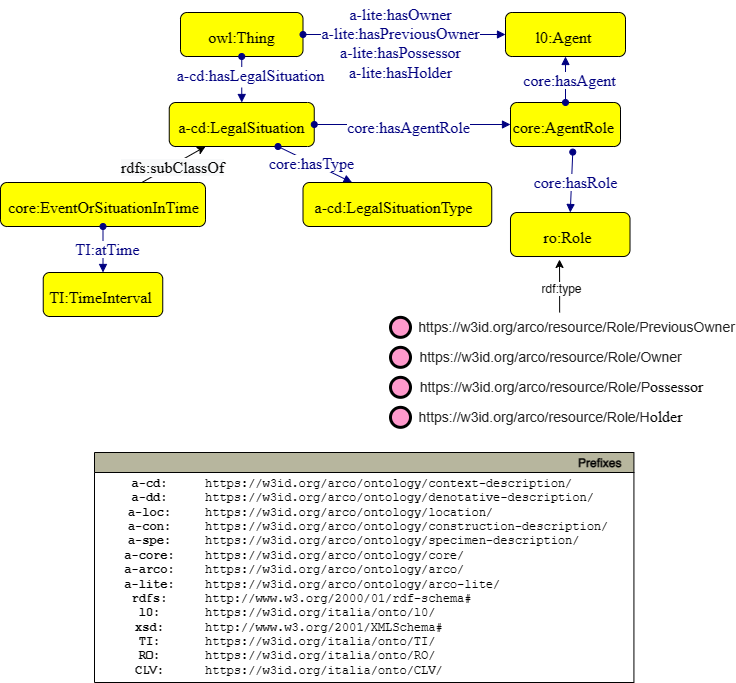
Earlier version of the draw.io export ArCo-release/test/2.0/LegalSituation/LegalSituation-Pattern.drawio.png (ICCD-MiBACT/ArCo). Source tidied: cells renumbered, new cells last; positions are measured from the earlier drawing's top-left corner, leaving out a move shared by most shapes. Its diagram source:
```xml
<mxGraphModel>
  <root>
    <mxCell id="0" />
    <mxCell id="1" parent="0" />
    <mxCell id="2" style="graphMlID=n4;shape=rect;rounded=1;arcsize=30;fillColor=#ffff00;strokeColor=#000000;strokeWidth=1.0;" parent="1" vertex="1">
      <mxGeometry x="180" width="122.5" height="44" as="geometry" />
    </mxCell>
    <mxCell id="3" value="owl:Thing" style="text;html=1;spacing=0;align=center;fontFamily=dialog;fontSize=16;fontStyle=0;fontColor=#000000;" parent="2" vertex="1">
      <mxGeometry x="27.7" y="10.6" width="67" height="22.8" as="geometry" />
    </mxCell>
    <mxCell id="4" value="v" style="graphMlID=e0;rounded=0;endArrow=block;strokeColor=#000080;strokeWidth=1.0;startArrow=oval;startFill=1;endFill=1;exitX=0.5;exitY=1;exitDx=0;exitDy=0;entryX=0.5;entryY=0;entryDx=0;entryDy=0;" parent="1" edge="1" source="2" target="6">
      <mxGeometry relative="1" as="geometry" />
    </mxCell>
    <mxCell id="5" value="&lt;span style=&quot;background-color: rgb(255 , 255 , 255)&quot;&gt;a-cd:hasLegalSituation&lt;/span&gt;" style="text;html=1;spacing=0;align=center;fontFamily=dialog;fontSize=16;fontStyle=0;fontColor=#000080;" parent="4" vertex="1">
      <mxGeometry width="116.95" height="22.84" relative="1" as="geometry">
        <mxPoint x="-49.2" y="-17" as="offset" />
      </mxGeometry>
    </mxCell>
    <mxCell id="6" style="graphMlID=n4;shape=rect;rounded=1;arcsize=30;fillColor=#ffff00;strokeColor=#000000;strokeWidth=1.0;" parent="1" vertex="1">
      <mxGeometry x="168.8" y="90" width="145" height="44" as="geometry" />
    </mxCell>
    <mxCell id="7" value="a-cd:LegalSituation" style="text;html=1;spacing=0;align=center;fontFamily=dialog;fontSize=16;fontStyle=0;fontColor=#000000;" parent="6" vertex="1">
      <mxGeometry x="32.8" y="10.6" width="79.3" height="22.8" as="geometry" />
    </mxCell>
    <mxCell id="8" value="v" style="graphMlID=e0;rounded=0;endArrow=block;strokeColor=#000080;strokeWidth=1.0;startArrow=oval;startFill=1;endFill=1;exitX=1;exitY=0.5;exitDx=0;exitDy=0;" parent="1" edge="1" source="6" target="10">
      <mxGeometry relative="1" as="geometry" />
    </mxCell>
    <mxCell id="9" value="&lt;span style=&quot;background-color: rgb(255 , 255 , 255)&quot;&gt;core:hasAgentRole&lt;/span&gt;" style="text;html=1;spacing=0;align=center;fontFamily=dialog;fontSize=16;fontStyle=0;fontColor=#000080;" parent="8" vertex="1">
      <mxGeometry width="80" height="22.84" relative="1" as="geometry">
        <mxPoint x="-44" y="-11.4" as="offset" />
      </mxGeometry>
    </mxCell>
    <mxCell id="10" style="graphMlID=n4;shape=rect;rounded=1;arcsize=30;fillColor=#ffff00;strokeColor=#000000;strokeWidth=1.0;" parent="1" vertex="1">
      <mxGeometry x="510" y="90" width="110" height="44" as="geometry" />
    </mxCell>
    <mxCell id="11" value="core:AgentRole" style="text;html=1;spacing=0;align=center;fontFamily=dialog;fontSize=16;fontStyle=0;fontColor=#000000;" parent="10" vertex="1">
      <mxGeometry x="22.7" y="10.6" width="60.2" height="22.8" as="geometry" />
    </mxCell>
    <mxCell id="12" style="graphMlID=n4;shape=rect;rounded=1;arcsize=30;fillColor=#ffff00;strokeColor=#000000;strokeWidth=1.0;" parent="1" vertex="1">
      <mxGeometry x="505" width="120" height="44" as="geometry" />
    </mxCell>
    <mxCell id="13" value="l0:Agent" style="text;html=1;spacing=0;align=center;fontFamily=dialog;fontSize=16;fontStyle=0;fontColor=#000000;" parent="12" vertex="1">
      <mxGeometry x="24.7" y="10.6" width="65.7" height="22.8" as="geometry" />
    </mxCell>
    <mxCell id="14" style="graphMlID=e0;rounded=0;endArrow=block;strokeColor=#000080;strokeWidth=1.0;startArrow=oval;startFill=1;endFill=1;exitX=0.5;exitY=0;exitDx=0;exitDy=0;entryX=0.5;entryY=1;entryDx=0;entryDy=0;" parent="1" edge="1" source="10" target="12">
      <mxGeometry relative="1" as="geometry" />
    </mxCell>
    <mxCell id="15" value="&lt;span style=&quot;background-color: rgb(255 , 255 , 255)&quot;&gt;core:hasAgent&lt;/span&gt;" style="text;html=1;spacing=0;align=center;fontFamily=dialog;fontSize=16;fontStyle=0;fontColor=#000080;" parent="14" vertex="1">
      <mxGeometry width="116.95" height="22.84" relative="1" as="geometry">
        <mxPoint x="-54.2" y="-13.4" as="offset" />
      </mxGeometry>
    </mxCell>
    <mxCell id="16" style="graphMlID=n4;shape=rect;rounded=1;arcsize=30;fillColor=#ffff00;strokeColor=#000000;strokeWidth=1.0;" parent="1" vertex="1">
      <mxGeometry x="510" y="200" width="119.5" height="44" as="geometry" />
    </mxCell>
    <mxCell id="17" value="ro:Role" style="text;html=1;spacing=0;align=center;fontFamily=dialog;fontSize=16;fontStyle=0;fontColor=#000000;" parent="16" vertex="1">
      <mxGeometry x="24.6" y="10.6" width="65.4" height="22.8" as="geometry" />
    </mxCell>
    <mxCell id="18" style="graphMlID=e0;rounded=0;endArrow=block;strokeColor=#000080;strokeWidth=1.0;startArrow=oval;startFill=1;endFill=1;entryX=0.5;entryY=0;entryDx=0;entryDy=0;exitX=0.566;exitY=1.127;exitDx=0;exitDy=0;exitPerimeter=0;" parent="1" edge="1" source="10" target="16">
      <mxGeometry relative="1" as="geometry" />
    </mxCell>
    <mxCell id="19" value="&lt;span style=&quot;background-color: rgb(255 , 255 , 255)&quot;&gt;core:hasRole&lt;/span&gt;" style="text;html=1;spacing=0;align=center;fontFamily=dialog;fontSize=16;fontStyle=0;fontColor=#000080;" parent="18" vertex="1">
      <mxGeometry width="116.95" height="20" relative="1" as="geometry">
        <mxPoint x="-54.2" y="-13.4" as="offset" />
      </mxGeometry>
    </mxCell>
    <mxCell id="20" value="v" style="graphMlID=e0;rounded=0;endArrow=block;strokeColor=#000080;strokeWidth=1.0;startArrow=oval;startFill=1;endFill=1;exitX=1;exitY=0.5;exitDx=0;exitDy=0;entryX=0;entryY=0.5;entryDx=0;entryDy=0;" parent="1" edge="1" source="2" target="12">
      <mxGeometry relative="1" as="geometry" />
    </mxCell>
    <mxCell id="21" value="&lt;span style=&quot;background-color: rgb(255, 255, 255);&quot;&gt;a-lite:hasOwner&lt;br&gt;a-lite:hasPreviousOwner&lt;br&gt;a-lite:hasPossessor&lt;br&gt;a-lite:hasHolder&lt;/span&gt;" style="text;html=1;spacing=0;align=center;fontFamily=dialog;fontSize=16;fontStyle=0;fontColor=#000080;" parent="20" vertex="1">
      <mxGeometry width="80" height="22.84" relative="1" as="geometry">
        <mxPoint x="-44" y="-34" as="offset" />
      </mxGeometry>
    </mxCell>
    <mxCell id="22" value="v" style="graphMlID=e0;rounded=0;endArrow=block;strokeColor=#000080;strokeWidth=1.0;startArrow=oval;startFill=1;endFill=1;exitX=0.75;exitY=1;exitDx=0;exitDy=0;" parent="1" edge="1" source="6" target="24">
      <mxGeometry relative="1" as="geometry" />
    </mxCell>
    <mxCell id="23" value="&lt;span style=&quot;background-color: rgb(255 , 255 , 255)&quot;&gt;core:hasType&lt;/span&gt;" style="text;html=1;spacing=0;align=center;fontFamily=dialog;fontSize=16;fontStyle=0;fontColor=#000080;" parent="22" vertex="1">
      <mxGeometry width="80" height="22.84" relative="1" as="geometry">
        <mxPoint x="-44" y="-15" as="offset" />
      </mxGeometry>
    </mxCell>
    <mxCell id="24" style="graphMlID=n4;shape=rect;rounded=1;arcsize=30;fillColor=#ffff00;strokeColor=#000000;strokeWidth=1.0;" parent="1" vertex="1">
      <mxGeometry x="302.5" y="170" width="188.8" height="44" as="geometry" />
    </mxCell>
    <mxCell id="25" value="a-cd:LegalSituationType" style="text;html=1;spacing=0;align=center;fontFamily=dialog;fontSize=16;fontStyle=0;fontColor=#000000;" parent="24" vertex="1">
      <mxGeometry x="38.9" y="10.6" width="103.3" height="22.8" as="geometry" />
    </mxCell>
    <mxCell id="26" style="rounded=0;jettySize=auto;html=1;entryX=0.25;entryY=1;entryDx=0;entryDy=0;" parent="1" edge="1" source="28" target="6">
      <mxGeometry relative="1" as="geometry" />
    </mxCell>
    <mxCell id="27" value="&lt;span style=&quot;font-family: &amp;#34;dialog&amp;#34; ; font-size: 16px ; background-color: rgb(248 , 249 , 250)&quot;&gt;rdfs:subClassOf&lt;/span&gt;" style="edgeLabel;html=1;align=center;verticalAlign=middle;" parent="26" vertex="1">
      <mxGeometry x="-0.21" y="-1" relative="1" as="geometry">
        <mxPoint x="4" y="-2" as="offset" />
      </mxGeometry>
    </mxCell>
    <mxCell id="28" style="graphMlID=n4;shape=rect;rounded=1;arcsize=30;fillColor=#ffff00;strokeColor=#000000;strokeWidth=1.0;" parent="1" vertex="1">
      <mxGeometry y="170" width="205" height="44" as="geometry" />
    </mxCell>
    <mxCell id="29" value="core:EventOrSituationInTime" style="text;html=1;spacing=0;align=center;fontFamily=dialog;fontSize=16;fontStyle=0;fontColor=#000000;" parent="28" vertex="1">
      <mxGeometry x="46.4" y="10.6" width="112.2" height="22.8" as="geometry" />
    </mxCell>
    <mxCell id="30" style="graphMlID=n4;shape=rect;rounded=1;arcsize=30;fillColor=#ffff00;strokeColor=#000000;strokeWidth=1.0;" parent="1" vertex="1">
      <mxGeometry x="42.7" y="260" width="119.5" height="44" as="geometry" />
    </mxCell>
    <mxCell id="31" value="TI:TimeInterval" style="text;html=1;spacing=0;align=center;fontFamily=dialog;fontSize=16;fontStyle=0;fontColor=#000000;" parent="30" vertex="1">
      <mxGeometry x="24.6" y="10.6" width="65.4" height="22.8" as="geometry" />
    </mxCell>
    <mxCell id="32" style="graphMlID=e0;rounded=0;endArrow=block;strokeColor=#000080;strokeWidth=1.0;startArrow=oval;startFill=1;endFill=1;entryX=0.5;entryY=0;entryDx=0;entryDy=0;exitX=0.5;exitY=1;exitDx=0;exitDy=0;" parent="1" edge="1" source="28" target="30">
      <mxGeometry relative="1" as="geometry" />
    </mxCell>
    <mxCell id="33" value="&lt;span style=&quot;background-color: rgb(255 , 255 , 255)&quot;&gt;TI:atTime&lt;/span&gt;" style="text;html=1;spacing=0;align=center;fontFamily=dialog;fontSize=16;fontStyle=0;fontColor=#000080;" parent="32" vertex="1">
      <mxGeometry width="116.95" height="20" relative="1" as="geometry">
        <mxPoint x="-54.2" y="-13.4" as="offset" />
      </mxGeometry>
    </mxCell>
    <mxCell id="34" style="graphMlID=n9;shape=ellipse;fillColor=#ff99cc;strokeColor=#000000;strokeWidth=3.0;" parent="1" vertex="1">
      <mxGeometry x="390" y="304.8" width="20" height="20" as="geometry" />
    </mxCell>
    <mxCell id="35" style="edgeStyle=orthogonalEdgeStyle;rounded=0;jettySize=auto;html=1;exitX=0.25;exitY=0;exitDx=0;exitDy=0;entryX=0.41;entryY=1.068;entryDx=0;entryDy=0;entryPerimeter=0;" parent="1" edge="1" source="36" target="16">
      <mxGeometry relative="1" as="geometry" />
    </mxCell>
    <mxCell id="36" value="&lt;a title=&quot;&lt;https://w3id.org/arco/resource/Role/PreviousOwner&gt;&quot; class=&quot; isLocal&quot; href=&quot;https://dati.beniculturali.it/lodview-arco/resource/Role/PreviousOwner&quot; style=&quot;margin: 0px ; padding: 0px ; font-size: 14px ; vertical-align: baseline ; background: rgb(255 , 255 , 255) ; color: rgb(33 , 33 , 33) ; font-family: &amp;quot;roboto&amp;quot; , sans-serif&quot;&gt;https://w3id.org/arco/resource/Role/PreviousOwner&lt;/a&gt;" style="text;html=1;spacing=0;align=center;fontFamily=dialog;fontSize=16;fontStyle=0;fontColor=#000000;" parent="1" vertex="1">
      <mxGeometry x="542" y="300" width="68.6" height="22.8" as="geometry" />
    </mxCell>
    <mxCell id="37" style="graphMlID=n9;shape=ellipse;fillColor=#ff99cc;strokeColor=#000000;strokeWidth=3.0;" parent="1" vertex="1">
      <mxGeometry x="390" y="334.8" width="20" height="20" as="geometry" />
    </mxCell>
    <mxCell id="38" value="&lt;a title=&quot;&amp;lt;https://w3id.org/arco/resource/Role/PreviousOwner&amp;gt;&quot; class=&quot; isLocal&quot; href=&quot;https://dati.beniculturali.it/lodview-arco/resource/Role/PreviousOwner&quot; style=&quot;margin: 0px ; padding: 0px ; font-size: 14px ; vertical-align: baseline ; background: rgb(255 , 255 , 255) ; color: rgb(33 , 33 , 33) ; font-family: &amp;#34;roboto&amp;#34; , sans-serif&quot;&gt;https://w3id.org/arco/resource/Role/Owner&lt;/a&gt;" style="text;html=1;spacing=0;align=center;fontFamily=dialog;fontSize=16;fontStyle=0;fontColor=#000000;" parent="1" vertex="1">
      <mxGeometry x="516" y="330" width="68.6" height="22.8" as="geometry" />
    </mxCell>
    <mxCell id="39" style="graphMlID=n9;shape=ellipse;fillColor=#ff99cc;strokeColor=#000000;strokeWidth=3.0;" parent="1" vertex="1">
      <mxGeometry x="390" y="364.8" width="20" height="20" as="geometry" />
    </mxCell>
    <mxCell id="40" value="&lt;a title=&quot;&amp;lt;https://w3id.org/arco/resource/Role/PreviousOwner&amp;gt;&quot; class=&quot; isLocal&quot; href=&quot;https://dati.beniculturali.it/lodview-arco/resource/Role/PreviousOwner&quot; style=&quot;margin: 0px ; padding: 0px ; font-size: 14px ; vertical-align: baseline ; background: rgb(255 , 255 , 255) ; color: rgb(33 , 33 , 33) ; font-family: &amp;#34;roboto&amp;#34; , sans-serif&quot;&gt;https://w3id.org/arco/resource/Role/P&lt;/a&gt;ossessor" style="text;html=1;spacing=0;align=center;fontFamily=dialog;fontSize=16;fontStyle=0;fontColor=#000000;" parent="1" vertex="1">
      <mxGeometry x="527" y="360" width="68.6" height="22.8" as="geometry" />
    </mxCell>
    <mxCell id="41" style="graphMlID=n9;shape=ellipse;fillColor=#ff99cc;strokeColor=#000000;strokeWidth=3.0;" parent="1" vertex="1">
      <mxGeometry x="390" y="394.8" width="20" height="20" as="geometry" />
    </mxCell>
    <mxCell id="42" value="&lt;a title=&quot;&amp;lt;https://w3id.org/arco/resource/Role/PreviousOwner&amp;gt;&quot; class=&quot; isLocal&quot; href=&quot;https://dati.beniculturali.it/lodview-arco/resource/Role/PreviousOwner&quot; style=&quot;margin: 0px ; padding: 0px ; font-size: 14px ; vertical-align: baseline ; background: rgb(255 , 255 , 255) ; color: rgb(33 , 33 , 33) ; font-family: &amp;#34;roboto&amp;#34; , sans-serif&quot;&gt;https://w3id.org/arco/resource/Role/H&lt;/a&gt;older" style="text;html=1;spacing=0;align=center;fontFamily=dialog;fontSize=16;fontStyle=0;fontColor=#000000;" parent="1" vertex="1">
      <mxGeometry x="516" y="390" width="68.6" height="22.8" as="geometry" />
    </mxCell>
    <mxCell id="43" value="&lt;span style=&quot;background-color: rgb(255, 255, 255);&quot;&gt;rdf:type&lt;/span&gt;" style="text;html=1;align=center;verticalAlign=middle;strokeColor=none;fillColor=none;" parent="1" vertex="1">
      <mxGeometry x="531.3" y="261.8" width="60" height="30" as="geometry" />
    </mxCell>
    <mxCell id="44" value="Prefixes" style="graphMlID=n0;shape=swimlane;startSize=20;fillColor=#b7b69e;strokeColor=#000000;strokeWidth=1.0;align=right;spacingRight=10;fontStyle=1;" parent="1" vertex="1">
      <mxGeometry x="94" y="440" width="539.4" height="230" as="geometry" />
    </mxCell>
    <mxCell id="45" value="&lt;b&gt;a-cd:&lt;br&gt;a-dd:&lt;br&gt;a-loc:&lt;br&gt;a-con:&lt;br&gt;a-spe:&lt;br&gt;&lt;/b&gt;&lt;b&gt;a-core:&lt;br&gt;a-arco:&lt;br&gt;&lt;/b&gt;&lt;b&gt;a-lite:&lt;br&gt;rdfs:&lt;br&gt;l0:&lt;br&gt;xsd:&lt;br&gt;TI:&lt;br&gt;RO:&lt;br&gt;CLV:&lt;br&gt;&lt;/b&gt;" style="text;html=1;align=center;verticalAlign=middle;fontFamily=Courier New;" parent="44" vertex="1">
      <mxGeometry x="20" y="20" width="70" height="210" as="geometry" />
    </mxCell>
    <mxCell id="46" value="https://w3id.org/arco/ontology/context-description/&lt;br&gt;https://w3id.org/arco/ontology/denotative-description/&lt;br&gt;https://w3id.org/arco/ontology/location/&lt;br&gt;https://w3id.org/arco/ontology/construction-description/&lt;br&gt;https://w3id.org/arco/ontology/specimen-description/&lt;br&gt;https://w3id.org/arco/ontology/core/&lt;br&gt;https://w3id.org/arco/ontology/arco/&lt;br&gt;https://w3id.org/arco/ontology/arco-lite/&lt;br&gt;http://www.w3.org/2000/01/rdf-schema#&lt;br&gt;https://w3id.org/italia/onto/l0/&lt;br&gt;http://www.w3.org/2001/XMLSchema#&lt;br&gt;https://w3id.org/italia/onto/TI/&lt;br&gt;https://w3id.org/italia/onto/RO/&lt;br&gt;https://w3id.org/italia/onto/CLV/" style="text;html=1;align=left;verticalAlign=middle;fontFamily=Courier New;" parent="44" vertex="1">
      <mxGeometry x="109.4" y="20" width="430" height="210" as="geometry" />
    </mxCell>
  </root>
</mxGraphModel>
```
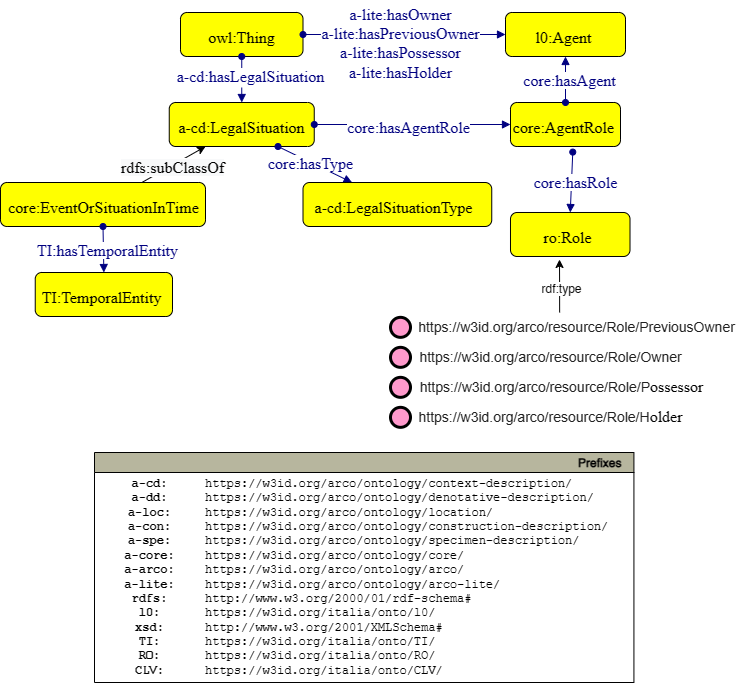
The same file after the commit.

Diff of the diagram source:
```diff
@@ -101,15 +101,15 @@
       <mxGeometry x="46.4" y="10.6" width="112.2" height="22.8" as="geometry" />
     </mxCell>
     <mxCell id="30" style="graphMlID=n4;shape=rect;rounded=1;arcsize=30;fillColor=#ffff00;strokeColor=#000000;strokeWidth=1.0;" parent="1" vertex="1">
-      <mxGeometry x="42.7" y="260" width="119.5" height="44" as="geometry" />
+      <mxGeometry x="34.7" y="260" width="137.3" height="44" as="geometry" />
     </mxCell>
-    <mxCell id="31" value="TI:TimeInterval" style="text;html=1;spacing=0;align=center;fontFamily=dialog;fontSize=16;fontStyle=0;fontColor=#000000;" parent="30" vertex="1">
-      <mxGeometry x="24.6" y="10.6" width="65.4" height="22.8" as="geometry" />
+    <mxCell id="31" value="TI:TemporalEntity" style="text;html=1;spacing=0;align=center;fontFamily=dialog;fontSize=16;fontStyle=0;fontColor=#000000;" parent="30" vertex="1">
+      <mxGeometry x="28.3" y="10.6" width="75.1" height="22.8" as="geometry" />
     </mxCell>
     <mxCell id="32" style="graphMlID=e0;rounded=0;endArrow=block;strokeColor=#000080;strokeWidth=1.0;startArrow=oval;startFill=1;endFill=1;entryX=0.5;entryY=0;entryDx=0;entryDy=0;exitX=0.5;exitY=1;exitDx=0;exitDy=0;" parent="1" edge="1" source="28" target="30">
       <mxGeometry relative="1" as="geometry" />
     </mxCell>
-    <mxCell id="33" value="&lt;span style=&quot;background-color: rgb(255 , 255 , 255)&quot;&gt;TI:atTime&lt;/span&gt;" style="text;html=1;spacing=0;align=center;fontFamily=dialog;fontSize=16;fontStyle=0;fontColor=#000080;" parent="32" vertex="1">
+    <mxCell id="33" value="&lt;span style=&quot;background-color: rgb(255 , 255 , 255)&quot;&gt;TI:hasTemporalEntity&lt;/span&gt;" style="text;html=1;spacing=0;align=center;fontFamily=dialog;fontSize=16;fontStyle=0;fontColor=#000080;" parent="32" vertex="1">
       <mxGeometry width="116.95" height="20" relative="1" as="geometry">
         <mxPoint x="-54.2" y="-13.4" as="offset" />
       </mxGeometry>
```
